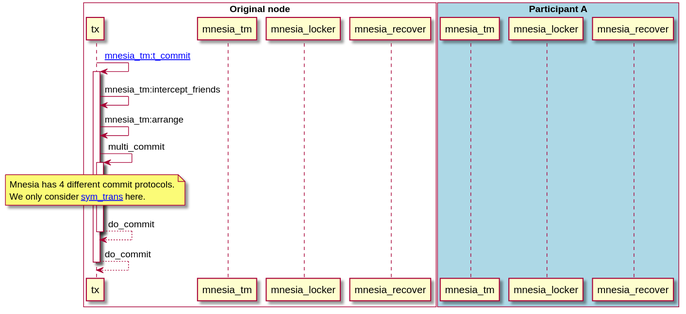
This is posts/mnesia_subscr.svg from k32/k32, a PlantUML export, as it was before one commit.
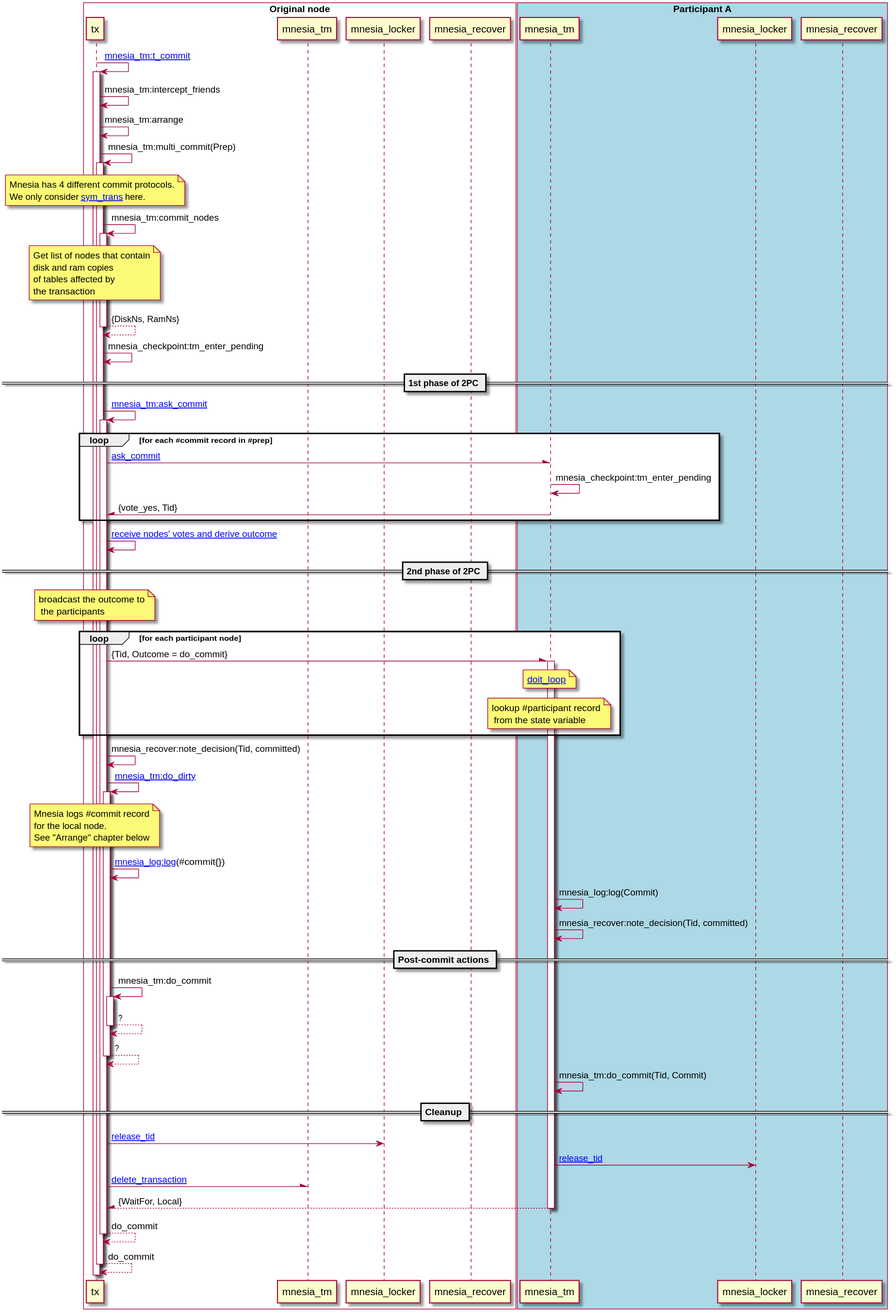
After the commit.

Commit message:
More on transaction flow

What changed in the source:
```diff
@@ -17,8 +17,59 @@
 
   tx -> tx : mnesia_tm:arrange
 
-  tx -> tx ++ : multi_commit
+  tx -> tx ++ : mnesia_tm:multi_commit(Prep)
     note over tx : Mnesia has 4 different commit protocols.\nWe only consider [[https://github.com/erlang/otp/blob/OTP-24.0/lib/mnesia/src/mnesia_tm.erl#L1380 sym_trans]] here.
+
+    tx -> tx ++ : mnesia_tm:commit_nodes
+      note over tx : Get list of nodes that contain\ndisk and ram copies\nof tables affected by\nthe transaction
+    return {DiskNs, RamNs}
+
+    tx -> tx : mnesia_checkpoint:tm_enter_pending
+
+== 1st phase of 2PC ==
+    tx -> tx ++ : [[https://github.com/erlang/otp/blob/OTP-24.0/lib/mnesia/src/mnesia_tm.erl#L2071 mnesia_tm:ask_commit]]
+      loop for each #commit record in #prep
+        tx -\ tm_a : [[https://github.com/erlang/otp/blob/OTP-24.0/lib/mnesia/src/mnesia_tm.erl#L248 ask_commit]]
+        tm_a -> tm_a : mnesia_checkpoint:tm_enter_pending
+        tx /- tm_a : {vote_yes, Tid}
+      end
+
+      tx -> tx : [[https://github.com/erlang/otp/blob/OTP-24.0/lib/mnesia/src/mnesia_tm.erl#L2097 receive nodes' votes and derive outcome]]
+
+== 2nd phase of 2PC ==
+    note over tx : broadcast the outcome to\n the participants
+    loop for each participant node
+        tx -\ tm_a : {Tid, Outcome = do_commit}
+        activate tm_a
+        note over tm_a : [[https://github.com/erlang/otp/blob/OTP-24.0/lib/mnesia/src/mnesia_tm.erl#L273 doit_loop]]
+        note over tm_a : lookup #participant record\n from the state variable
+    end
+
+    tx -> tx : mnesia_recover:note_decision(Tid, committed)
+
+    tx -> tx ++ : [[https://github.com/erlang/otp/blob/OTP-24.0/lib/mnesia/src/mnesia_tm.erl#L1777 mnesia_tm:do_dirty]]
+      note over tx: Mnesia logs #commit record\nfor the local node.\nSee "Arrange" chapter below
+      tx -> tx : [[https://github.com/erlang/otp/blob/OTP-24.0/lib/mnesia/src/mnesia_log.erl#L227 mnesia_log:log]](#commit{})
+
+        tm_a -> tm_a : mnesia_log:log(Commit)
+        tm_a -> tm_a : mnesia_recover:note_decision(Tid, committed)
+
+== Post-commit actions ==
+    tx -> tx ++ : mnesia_tm:do_commit
+
+
+      return ?
+    return ?
+
+    tm_a -> tm_a : mnesia_tm:do_commit(Tid, Commit)
+
+== Cleanup ==
+    tx -> locker : [[https://github.com/erlang/otp/blob/OTP-24.0/lib/mnesia/src/mnesia_locker.erl#L183 release_tid]]
+    tm_a -> locker_a : [[https://github.com/erlang/otp/blob/OTP-24.0/lib/mnesia/src/mnesia_locker.erl#L183 release_tid]]
+
+
+    tx -\ tm : [[https://github.com/erlang/otp/blob/OTP-24.0/lib/mnesia/src/mnesia_tm.erl#L377 delete_transaction]]
+    return {WaitFor, Local}
   return do_commit
 return do_commit
 @enduml
```
